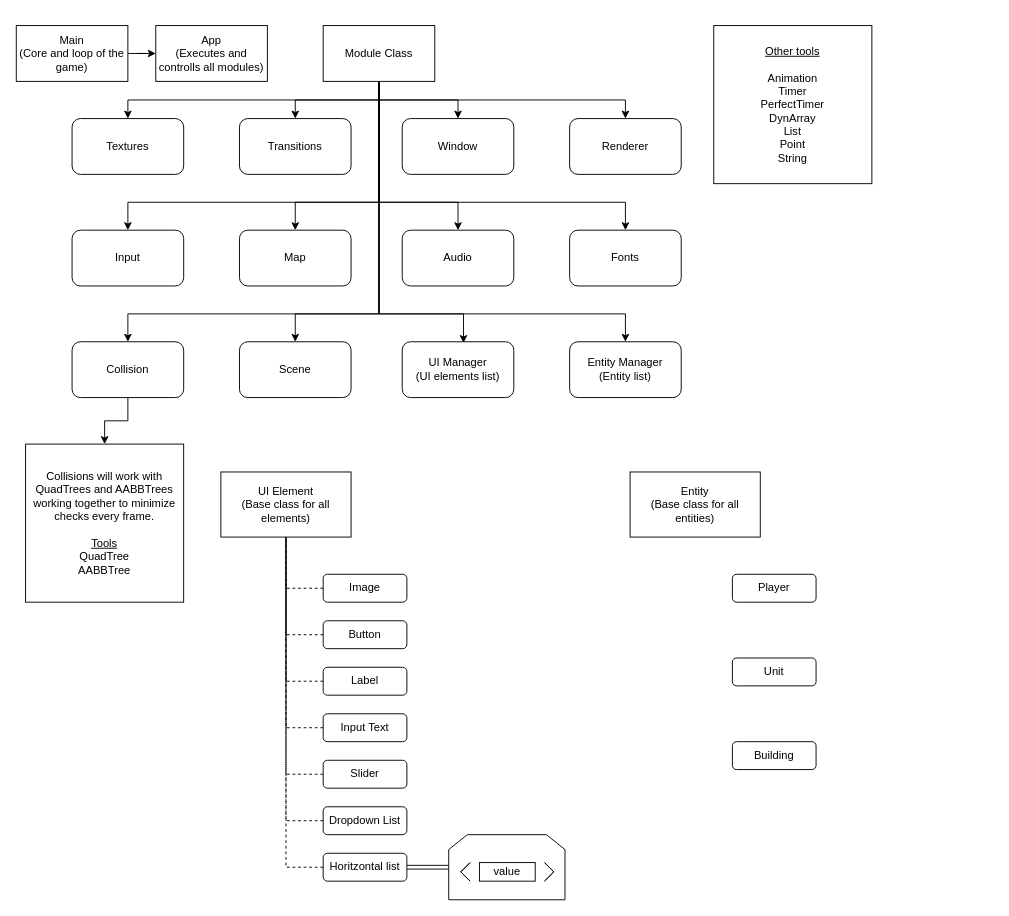
The draw.io diagram docs/tdd_code_uml.drawio in Misioneros-Studio/Mythology-Parade, before the edit. Source tidied: cells renumbered, new cells numbered last; positions are measured from the earlier drawing's top-left corner, leaving out a move shared by most shapes. Both pictures are drawn from the tidied source at 93%, with x=0, y=0 at pixel (16, 25).
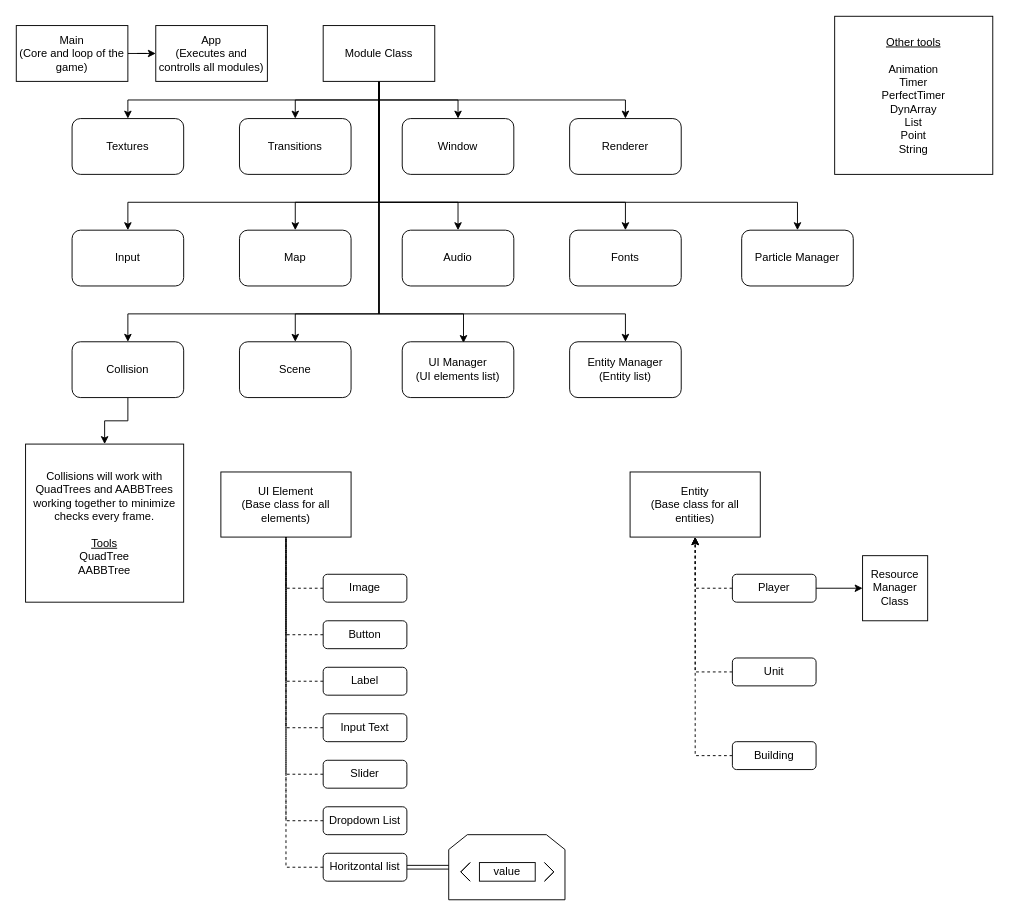
The same diagram, later.

The change refers to these unchanged cells:
```xml
<mxCell id="15" value="Module Class" style="rounded=0;whiteSpace=wrap;html=1;" parent="1" vertex="1">
  <mxGeometry x="330" width="120" height="60" as="geometry" />
</mxCell>
<mxCell id="53" value="Entity&lt;br&gt;(Base class for all entities)" style="rounded=0;whiteSpace=wrap;html=1;" parent="1" vertex="1">
  <mxGeometry x="660" y="480" width="140" height="70" as="geometry" />
</mxCell>
<mxCell id="54" value="Player" style="rounded=1;whiteSpace=wrap;html=1;" parent="1" vertex="1">
  <mxGeometry x="770" y="590" width="90" height="30" as="geometry" />
</mxCell>
<mxCell id="55" value="Unit" style="rounded=1;whiteSpace=wrap;html=1;" parent="1" vertex="1">
  <mxGeometry x="770" y="680" width="90" height="30" as="geometry" />
</mxCell>
<mxCell id="56" value="Building" style="rounded=1;whiteSpace=wrap;html=1;" parent="1" vertex="1">
  <mxGeometry x="770" y="770" width="90" height="30" as="geometry" />
</mxCell>
```

What changed in the source:
```diff
@@
+    <mxCell id="57" style="edgeStyle=orthogonalEdgeStyle;rounded=0;jettySize=auto;html=1;entryX=0.5;entryY=0;entryDx=0;entryDy=0;" parent="1" edge="1" source="15" target="63">
+      <mxGeometry relative="1" as="geometry">
+        <Array as="points">
+          <mxPoint x="390" y="190" />
+          <mxPoint x="840" y="190" />
+        </Array>
+      </mxGeometry>
+    </mxCell>
@@
     <mxCell id="30" value="&lt;u&gt;Other tools&lt;/u&gt;&lt;br&gt;&lt;br&gt;Animation&lt;br&gt;Timer&lt;br&gt;PerfectTimer&lt;br&gt;DynArray&lt;br&gt;List&lt;br&gt;Point&lt;br&gt;String" style="whiteSpace=wrap;html=1;" parent="1" vertex="1">
-      <mxGeometry x="750" width="170" height="170" as="geometry" />
+      <mxGeometry x="880" y="-10" width="170" height="170" as="geometry" />
     </mxCell>
@@
+    <mxCell id="58" style="edgeStyle=orthogonalEdgeStyle;rounded=0;jettySize=auto;html=1;" parent="1" edge="1" source="54" target="62">
+      <mxGeometry relative="1" as="geometry" />
+    </mxCell>
+    <mxCell id="59" style="edgeStyle=orthogonalEdgeStyle;rounded=0;jettySize=auto;html=1;entryX=0.5;entryY=1;entryDx=0;entryDy=0;dashed=1;" parent="1" edge="1" source="54" target="53">
+      <mxGeometry relative="1" as="geometry">
+        <Array as="points">
+          <mxPoint x="730" y="605" />
+        </Array>
+      </mxGeometry>
+    </mxCell>
@@
+    <mxCell id="60" style="edgeStyle=orthogonalEdgeStyle;rounded=0;jettySize=auto;html=1;entryX=0.5;entryY=1;entryDx=0;entryDy=0;dashed=1;" parent="1" edge="1" source="55" target="53">
+      <mxGeometry relative="1" as="geometry">
+        <Array as="points">
+          <mxPoint x="730" y="695" />
+        </Array>
+      </mxGeometry>
+    </mxCell>
@@
+    <mxCell id="61" style="edgeStyle=orthogonalEdgeStyle;rounded=0;jettySize=auto;html=1;dashed=1;" parent="1" edge="1" source="56" target="53">
+      <mxGeometry relative="1" as="geometry">
+        <Array as="points">
+          <mxPoint x="730" y="785" />
+        </Array>
+      </mxGeometry>
+    </mxCell>
@@
+    <mxCell id="62" value="Resource Manager Class" style="whiteSpace=wrap;html=1;" parent="1" vertex="1">
+      <mxGeometry x="910" y="570" width="70" height="70" as="geometry" />
+    </mxCell>
+    <mxCell id="63" value="Particle Manager" style="rounded=1;whiteSpace=wrap;html=1;" parent="1" vertex="1">
+      <mxGeometry x="780" y="220" width="120" height="60" as="geometry" />
+    </mxCell>
```
